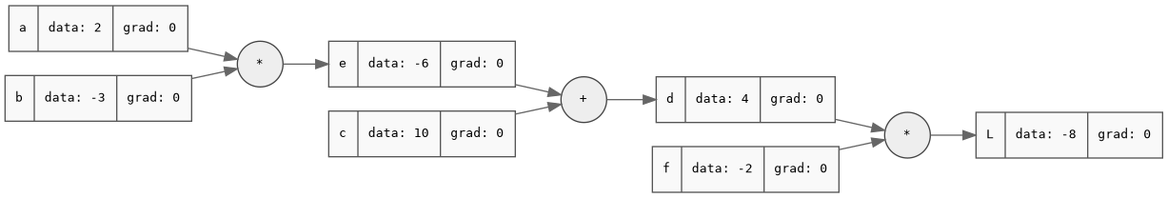
Above: graph.png in vitoryeso/nn-cpp (Graphviz), before the change. Its source is kept beside it as graph.dot.
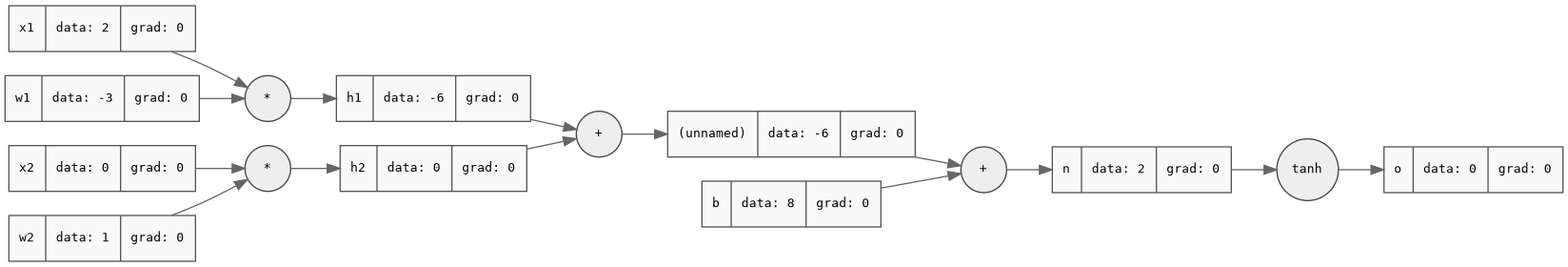
After the change.

Commit message:
update. stucking tanh

Change to the diagram source:
```diff
@@ -3,23 +3,33 @@
   node [shape=record, fontname="Consolas", fontsize=10, style=filled, fillcolor="#f9f9f9", color="#555555"];
   edge [color="#666666"];
 
-  n140728820099408 [label="{ L | data: -8 | grad: 0 }"];
-  n140728820099408_op [label="*", shape=circle, style=filled, fillcolor="#eeeeee", color="#444444"];
-  n140728820099408_op -> n140728820099408;
-  n94392240543280 -> n140728820099408_op;
-  n94392240543280 [label="{ d | data: 4 | grad: 0 }"];
-  n94392240543280_op [label="+", shape=circle, style=filled, fillcolor="#eeeeee", color="#444444"];
-  n94392240543280_op -> n94392240543280;
-  n94392240543504 -> n94392240543280_op;
-  n94392240543504 [label="{ e | data: -6 | grad: 0 }"];
-  n94392240543504_op [label="*", shape=circle, style=filled, fillcolor="#eeeeee", color="#444444"];
-  n94392240543504_op -> n94392240543504;
-  n94392240543056 -> n94392240543504_op;
-  n94392240543056 [label="{ a | data: 2 | grad: 0 }"];
-  n94392240543160 -> n94392240543504_op;
-  n94392240543160 [label="{ b | data: -3 | grad: 0 }"];
-  n94392240543608 -> n94392240543280_op;
-  n94392240543608 [label="{ c | data: 10 | grad: 0 }"];
-  n94392240543384 -> n140728820099408_op;
-  n94392240543384 [label="{ f | data: -2 | grad: 0 }"];
+  n140721195172656 [label="{ o | data: 0 | grad: 0 }"];
+  n140721195172656_op [label="tanh", shape=circle, style=filled, fillcolor="#eeeeee", color="#444444"];
+  n140721195172656_op -> n140721195172656;
+  n94659161944240 -> n140721195172656_op;
+  n94659161944240 [label="{ n | data: 2 | grad: 0 }"];
+  n94659161944240_op [label="+", shape=circle, style=filled, fillcolor="#eeeeee", color="#444444"];
+  n94659161944240_op -> n94659161944240;
+  n94659161942672 -> n94659161944240_op;
+  n94659161942672 [label="{ (unnamed) | data: -6 | grad: 0 }"];
+  n94659161942672_op [label="+", shape=circle, style=filled, fillcolor="#eeeeee", color="#444444"];
+  n94659161942672_op -> n94659161942672;
+  n94659161942896 -> n94659161942672_op;
+  n94659161942896 [label="{ h1 | data: -6 | grad: 0 }"];
+  n94659161942896_op [label="*", shape=circle, style=filled, fillcolor="#eeeeee", color="#444444"];
+  n94659161942896_op -> n94659161942896;
+  n94659161942448 -> n94659161942896_op;
+  n94659161942448 [label="{ x1 | data: 2 | grad: 0 }"];
+  n94659161942552 -> n94659161942896_op;
+  n94659161942552 [label="{ w1 | data: -3 | grad: 0 }"];
+  n94659161943000 -> n94659161942672_op;
+  n94659161943000 [label="{ h2 | data: 0 | grad: 0 }"];
+  n94659161943000_op [label="*", shape=circle, style=filled, fillcolor="#eeeeee", color="#444444"];
+  n94659161943000_op -> n94659161943000;
+  n94659161943120 -> n94659161943000_op;
+  n94659161943120 [label="{ x2 | data: 0 | grad: 0 }"];
+  n94659161943224 -> n94659161943000_op;
+  n94659161943224 [label="{ w2 | data: 1 | grad: 0 }"];
+  n94659161942776 -> n94659161944240_op;
+  n94659161942776 [label="{ b | data: 8 | grad: 0 }"];
 }
```
